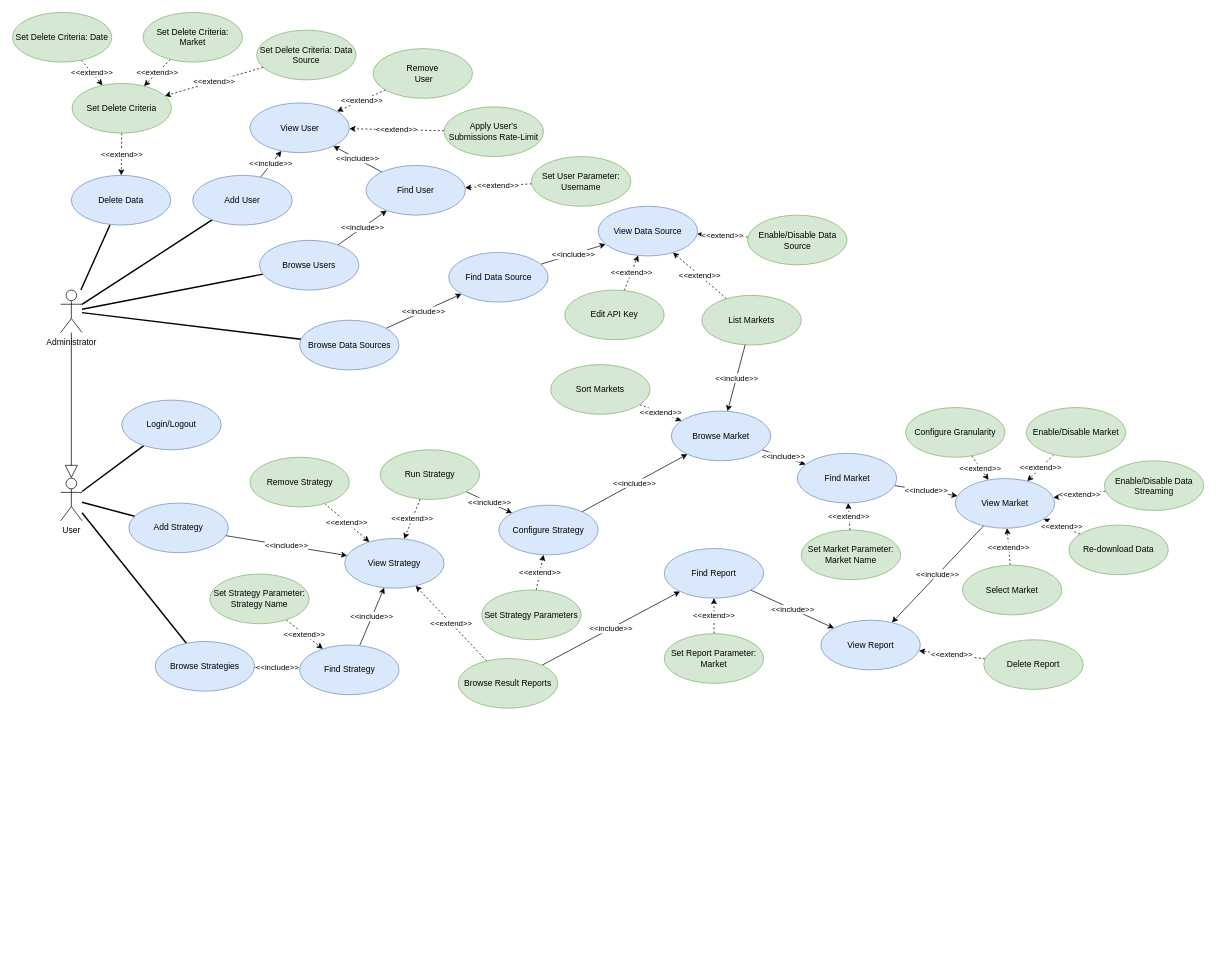
This is drawio/usecases.drawio from nferrante1/lsmsd2, a draw.io file, before an edit. Source tidied: cells renumbered, new cells numbered last; positions are measured from the earlier drawing's top-left corner, leaving out a move shared by most shapes. Both pictures are drawn from the tidied source at 71%, with x=0, y=0 at pixel (12, 12).
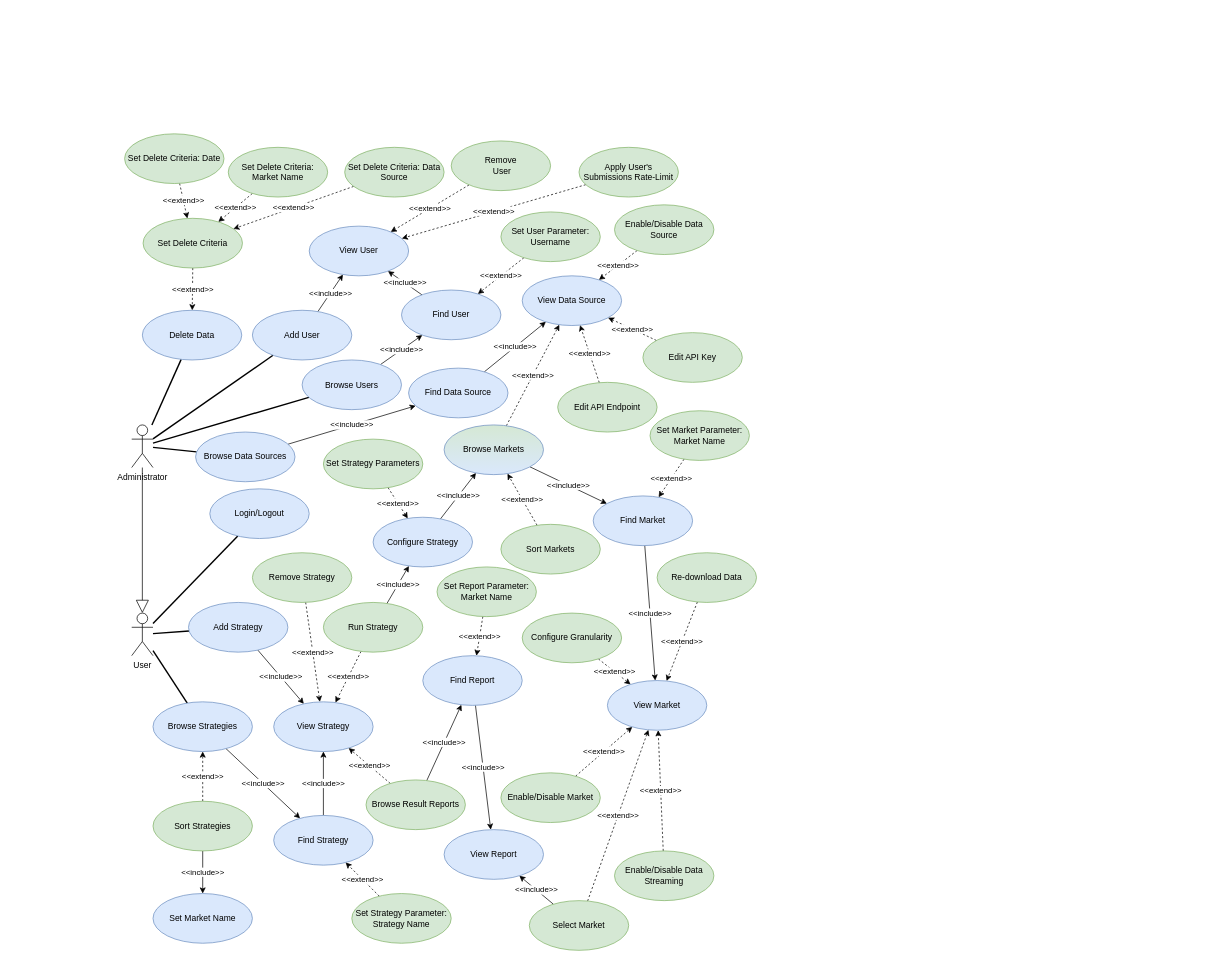
The same diagram, later.

Commit message:
Refactor usecases diagram

Change to the diagram source:
```diff
@@
     <mxCell id="6" value="&lt;div&gt;Administrator&lt;/div&gt;" style="shape=umlActor;verticalLabelPosition=bottom;labelBackgroundColor=#ffffff;verticalAlign=top;html=1;" parent="1" vertex="1">
-      <mxGeometry x="68" y="391" width="30" height="60" as="geometry" />
+      <mxGeometry x="168" y="581" width="30" height="60" as="geometry" />
     </mxCell>
@@
     <mxCell id="8" value="Add User" style="ellipse;whiteSpace=wrap;html=1;fillColor=#dae8fc;strokeColor=#6c8ebf;" parent="1" vertex="1">
-      <mxGeometry x="254" y="229.5" width="140" height="70" as="geometry" />
+      <mxGeometry x="338" y="419.5" width="140" height="70" as="geometry" />
     </mxCell>
@@
     <mxCell id="10" value="&lt;div&gt;Remove&lt;/div&gt;&amp;nbsp;User" style="ellipse;whiteSpace=wrap;html=1;fillColor=#d5e8d4;strokeColor=#82b366;" parent="1" vertex="1">
-      <mxGeometry x="508" y="51" width="140" height="70" as="geometry" />
+      <mxGeometry x="618" y="181" width="140" height="70" as="geometry" />
     </mxCell>
     <mxCell id="11" value="View Data Source" style="ellipse;whiteSpace=wrap;html=1;fillColor=#dae8fc;strokeColor=#6c8ebf;" parent="1" vertex="1">
-      <mxGeometry x="825" y="273" width="140" height="70" as="geometry" />
+      <mxGeometry x="718" y="371" width="140" height="70" as="geometry" />
     </mxCell>
@@
     <mxCell id="13" value="Enable/Disable Data Source" style="ellipse;whiteSpace=wrap;html=1;fillColor=#d5e8d4;strokeColor=#82b366;" parent="1" vertex="1">
-      <mxGeometry x="1035.5" y="285.5" width="140" height="70" as="geometry" />
+      <mxGeometry x="848" y="271" width="140" height="70" as="geometry" />
     </mxCell>
     <mxCell id="14" value="View User" style="ellipse;whiteSpace=wrap;html=1;fillColor=#dae8fc;strokeColor=#6c8ebf;" parent="1" vertex="1">
-      <mxGeometry x="334.5" y="127.5" width="140" height="70" as="geometry" />
+      <mxGeometry x="418" y="301" width="140" height="70" as="geometry" />
     </mxCell>
@@
     <mxCell id="16" value="Browse Users" style="ellipse;whiteSpace=wrap;html=1;fillColor=#dae8fc;strokeColor=#6c8ebf;" parent="1" vertex="1">
-      <mxGeometry x="348" y="321" width="140" height="70" as="geometry" />
+      <mxGeometry x="408" y="489.5" width="140" height="70" as="geometry" />
     </mxCell>
@@
     <mxCell id="18" value="Find User" style="ellipse;whiteSpace=wrap;html=1;fillColor=#dae8fc;strokeColor=#6c8ebf;" parent="1" vertex="1">
-      <mxGeometry x="498" y="215.5" width="140" height="70" as="geometry" />
+      <mxGeometry x="548" y="391" width="140" height="70" as="geometry" />
     </mxCell>
@@
     <mxCell id="20" value="Set User Parameter: Username" style="ellipse;whiteSpace=wrap;html=1;fillColor=#d5e8d4;strokeColor=#82b366;" parent="1" vertex="1">
-      <mxGeometry x="731" y="203" width="140" height="70" as="geometry" />
+      <mxGeometry x="688" y="281" width="140" height="70" as="geometry" />
     </mxCell>
-    <mxCell id="21" value="&amp;lt;&amp;lt;extend&amp;gt;&amp;gt;" style="edgeStyle=none;rounded=0;jettySize=auto;html=1;dashed=1;startArrow=none;startFill=0;" parent="1" edge="1" source="22" target="11">
+    <mxCell id="21" value="&amp;lt;&amp;lt;extend&amp;gt;&amp;gt;" style="edgeStyle=none;rounded=0;jettySize=auto;html=1;dashed=1;startArrow=none;startFill=0;" parent="1" edge="1" source="90" target="11">
       <mxGeometry relative="1" as="geometry" />
     </mxCell>
-    <mxCell id="22" value="List Markets" style="ellipse;whiteSpace=wrap;html=1;fillColor=#d5e8d4;strokeColor=#82b366;" parent="1" vertex="1">
-      <mxGeometry x="971" y="398.5" width="140" height="70" as="geometry" />
-    </mxCell>
@@
     <mxCell id="24" value="Apply User's Submissions Rate-Limit" style="ellipse;whiteSpace=wrap;html=1;fillColor=#d5e8d4;strokeColor=#82b366;" parent="1" vertex="1">
-      <mxGeometry x="608" y="133" width="140" height="70" as="geometry" />
+      <mxGeometry x="798" y="190" width="140" height="70" as="geometry" />
     </mxCell>
     <mxCell id="25" value="Delete Data" style="ellipse;whiteSpace=wrap;html=1;fillColor=#dae8fc;strokeColor=#6c8ebf;" parent="1" vertex="1">
-      <mxGeometry x="83" y="229.5" width="140" height="70" as="geometry" />
+      <mxGeometry x="183" y="419.5" width="140" height="70" as="geometry" />
     </mxCell>
@@
     <mxCell id="27" value="Set Delete Criteria" style="ellipse;whiteSpace=wrap;html=1;fillColor=#d5e8d4;strokeColor=#82b366;" parent="1" vertex="1">
-      <mxGeometry x="84" y="100" width="140" height="70" as="geometry" />
+      <mxGeometry x="184" y="290" width="140" height="70" as="geometry" />
     </mxCell>
@@
     <mxCell id="29" value="Edit API Key" style="ellipse;whiteSpace=wrap;html=1;fillColor=#d5e8d4;strokeColor=#82b366;" parent="1" vertex="1">
-      <mxGeometry x="778" y="391" width="140" height="70" as="geometry" />
+      <mxGeometry x="888" y="451" width="140" height="70" as="geometry" />
     </mxCell>
@@
     <mxCell id="31" value="Browse Data Sources" style="ellipse;whiteSpace=wrap;html=1;fillColor=#dae8fc;strokeColor=#6c8ebf;" parent="1" vertex="1">
-      <mxGeometry x="404.5" y="433.5" width="140" height="70" as="geometry" />
+      <mxGeometry x="258" y="591" width="140" height="70" as="geometry" />
     </mxCell>
@@
     <mxCell id="33" value="Find Data Source" style="ellipse;whiteSpace=wrap;html=1;fillColor=#dae8fc;strokeColor=#6c8ebf;" parent="1" vertex="1">
-      <mxGeometry x="614.5" y="338" width="140" height="70" as="geometry" />
+      <mxGeometry x="558" y="501" width="140" height="70" as="geometry" />
     </mxCell>
@@
     <mxCell id="35" value="Set Delete Criteria: Date" style="ellipse;whiteSpace=wrap;html=1;fillColor=#d5e8d4;strokeColor=#82b366;" parent="1" vertex="1">
-      <mxGeometry width="140" height="70" as="geometry" />
+      <mxGeometry x="158" y="171" width="140" height="70" as="geometry" />
     </mxCell>
@@
-    <mxCell id="37" value="Set Delete Criteria: Market" style="ellipse;whiteSpace=wrap;html=1;fillColor=#d5e8d4;strokeColor=#82b366;" parent="1" vertex="1">
-      <mxGeometry x="184" width="140" height="70" as="geometry" />
+    <mxCell id="37" value="Set Delete Criteria: Market Name" style="ellipse;whiteSpace=wrap;html=1;fillColor=#d5e8d4;strokeColor=#82b366;" parent="1" vertex="1">
+      <mxGeometry x="304" y="190" width="140" height="70" as="geometry" />
     </mxCell>
@@
     <mxCell id="39" value="Set Delete Criteria: Data Source" style="ellipse;whiteSpace=wrap;html=1;fillColor=#d5e8d4;strokeColor=#82b366;" parent="1" vertex="1">
-      <mxGeometry x="344" y="25" width="140" height="70" as="geometry" />
+      <mxGeometry x="468" y="190" width="140" height="70" as="geometry" />
     </mxCell>
@@
     <mxCell id="41" value="Configure Granularity" style="ellipse;whiteSpace=wrap;html=1;fillColor=#d5e8d4;strokeColor=#82b366;" parent="1" vertex="1">
-      <mxGeometry x="1258" y="556.5" width="140" height="70" as="geometry" />
+      <mxGeometry x="718" y="846" width="140" height="70" as="geometry" />
     </mxCell>
@@
     <mxCell id="44" value="Enable/Disable Market" style="ellipse;whiteSpace=wrap;html=1;fillColor=#d5e8d4;strokeColor=#82b366;" parent="1" vertex="1">
-      <mxGeometry x="1428" y="556.5" width="140" height="70" as="geometry" />
+      <mxGeometry x="688" y="1071" width="140" height="70" as="geometry" />
     </mxCell>
@@
     <mxCell id="46" value="Enable/Disable Data Streaming" style="ellipse;whiteSpace=wrap;html=1;fillColor=#d5e8d4;strokeColor=#82b366;" parent="1" vertex="1">
-      <mxGeometry x="1538" y="631.5" width="140" height="70" as="geometry" />
+      <mxGeometry x="848" y="1181" width="140" height="70" as="geometry" />
     </mxCell>
@@
     <mxCell id="48" value="Re-download Data" style="ellipse;whiteSpace=wrap;html=1;fillColor=#d5e8d4;strokeColor=#82b366;" parent="1" vertex="1">
-      <mxGeometry x="1488" y="722" width="140" height="70" as="geometry" />
+      <mxGeometry x="908" y="761" width="140" height="70" as="geometry" />
     </mxCell>
@@
     <mxCell id="50" value="Find Market" style="ellipse;whiteSpace=wrap;html=1;fillColor=#dae8fc;strokeColor=#6c8ebf;" parent="1" vertex="1">
-      <mxGeometry x="1105.5" y="621" width="140" height="70" as="geometry" />
+      <mxGeometry x="818" y="681" width="140" height="70" as="geometry" />
     </mxCell>
@@
     <mxCell id="52" value="Set Market Parameter: Market Name" style="ellipse;whiteSpace=wrap;html=1;fillColor=#d5e8d4;strokeColor=#82b366;" parent="1" vertex="1">
-      <mxGeometry x="1111" y="729" width="140" height="70" as="geometry" />
+      <mxGeometry x="898" y="561" width="140" height="70" as="geometry" />
     </mxCell>
     <mxCell id="53" value="View Market" style="ellipse;whiteSpace=wrap;html=1;fillColor=#dae8fc;strokeColor=#6c8ebf;" parent="1" vertex="1">
-      <mxGeometry x="1328" y="656.5" width="140" height="70" as="geometry" />
+      <mxGeometry x="838" y="941" width="140" height="70" as="geometry" />
     </mxCell>
@@
     <mxCell id="57" value="&lt;div&gt;User&lt;/div&gt;" style="shape=umlActor;verticalLabelPosition=bottom;labelBackgroundColor=#ffffff;verticalAlign=top;html=1;" parent="1" vertex="1">
-      <mxGeometry x="68" y="656" width="30" height="60" as="geometry" />
+      <mxGeometry x="168" y="846" width="30" height="60" as="geometry" />
     </mxCell>
     <mxCell id="58" value="Login/Logout" style="ellipse;whiteSpace=wrap;html=1;fillColor=#dae8fc;strokeColor=#6c8ebf;" parent="1" vertex="1">
-      <mxGeometry x="154" y="546" width="140" height="70" as="geometry" />
+      <mxGeometry x="278" y="671" width="140" height="70" as="geometry" />
     </mxCell>
@@
     <mxCell id="60" value="Add Strategy" style="ellipse;whiteSpace=wrap;html=1;fillColor=#dae8fc;strokeColor=#6c8ebf;" parent="1" vertex="1">
-      <mxGeometry x="164" y="691" width="140" height="70" as="geometry" />
+      <mxGeometry x="248" y="831" width="140" height="70" as="geometry" />
     </mxCell>
     <mxCell id="61" value="View Strategy" style="ellipse;whiteSpace=wrap;html=1;fillColor=#dae8fc;strokeColor=#6c8ebf;" parent="1" vertex="1">
-      <mxGeometry x="468" y="741" width="140" height="70" as="geometry" />
+      <mxGeometry x="368" y="971" width="140" height="70" as="geometry" />
     </mxCell>
@@
     <mxCell id="63" value="Browse Strategies" style="ellipse;whiteSpace=wrap;html=1;fillColor=#dae8fc;strokeColor=#6c8ebf;" parent="1" vertex="1">
-      <mxGeometry x="201" y="886" width="140" height="70" as="geometry" />
+      <mxGeometry x="198" y="971" width="140" height="70" as="geometry" />
     </mxCell>
@@
     <mxCell id="65" value="Find Strategy" style="ellipse;whiteSpace=wrap;html=1;fillColor=#dae8fc;strokeColor=#6c8ebf;" parent="1" vertex="1">
-      <mxGeometry x="404.5" y="891" width="140" height="70" as="geometry" />
+      <mxGeometry x="368" y="1131" width="140" height="70" as="geometry" />
     </mxCell>
@@
     <mxCell id="67" value="Set Strategy Parameter: Strategy Name" style="ellipse;whiteSpace=wrap;html=1;fillColor=#d5e8d4;strokeColor=#82b366;" parent="1" vertex="1">
-      <mxGeometry x="278" y="791" width="140" height="70" as="geometry" />
+      <mxGeometry x="478" y="1241" width="140" height="70" as="geometry" />
     </mxCell>
@@
     <mxCell id="70" value="Run Strategy" style="ellipse;whiteSpace=wrap;html=1;fillColor=#d5e8d4;strokeColor=#82b366;" parent="1" vertex="1">
-      <mxGeometry x="518" y="616" width="140" height="70" as="geometry" />
+      <mxGeometry x="438" y="831" width="140" height="70" as="geometry" />
     </mxCell>
@@
     <mxCell id="73" value="Browse Result Reports" style="ellipse;whiteSpace=wrap;html=1;fillColor=#d5e8d4;strokeColor=#82b366;" parent="1" vertex="1">
-      <mxGeometry x="628" y="910" width="140" height="70" as="geometry" />
+      <mxGeometry x="498" y="1081" width="140" height="70" as="geometry" />
     </mxCell>
@@
     <mxCell id="75" value="Configure Strategy" style="ellipse;whiteSpace=wrap;html=1;fillColor=#dae8fc;strokeColor=#6c8ebf;" parent="1" vertex="1">
-      <mxGeometry x="685" y="694" width="140" height="70" as="geometry" />
+      <mxGeometry x="508" y="711" width="140" height="70" as="geometry" />
     </mxCell>
@@
     <mxCell id="77" value="Set Strategy Parameters" style="ellipse;whiteSpace=wrap;html=1;fillColor=#d5e8d4;strokeColor=#82b366;" parent="1" vertex="1">
-      <mxGeometry x="661" y="813.5" width="140" height="70" as="geometry" />
+      <mxGeometry x="438" y="601" width="140" height="70" as="geometry" />
     </mxCell>
@@
     <mxCell id="79" value="Sort Markets" style="ellipse;whiteSpace=wrap;html=1;fillColor=#d5e8d4;strokeColor=#82b366;" parent="1" vertex="1">
-      <mxGeometry x="758.1" y="496" width="140" height="70" as="geometry" />
+      <mxGeometry x="688" y="721" width="140" height="70" as="geometry" />
     </mxCell>
@@
     <mxCell id="81" value="Remove Strategy" style="ellipse;whiteSpace=wrap;html=1;fillColor=#d5e8d4;strokeColor=#82b366;" parent="1" vertex="1">
-      <mxGeometry x="334.5" y="626.5" width="140" height="70" as="geometry" />
+      <mxGeometry x="338" y="761" width="140" height="70" as="geometry" />
     </mxCell>
-    <mxCell id="82" value="&amp;lt;&amp;lt;include&amp;gt;&amp;gt;" style="edgeStyle=none;rounded=0;jettySize=auto;html=1;" parent="1" edge="1" source="53" target="85">
+    <mxCell id="82" value="&amp;lt;&amp;lt;include&amp;gt;&amp;gt;" style="edgeStyle=none;rounded=0;jettySize=auto;html=1;" parent="1" edge="1" source="93" target="85">
       <mxGeometry relative="1" as="geometry" />
     </mxCell>
@@
     <mxCell id="84" value="Find Report" style="ellipse;whiteSpace=wrap;html=1;fillColor=#dae8fc;strokeColor=#6c8ebf;" parent="1" vertex="1">
-      <mxGeometry x="918.1" y="755" width="140" height="70" as="geometry" />
+      <mxGeometry x="578" y="906" width="140" height="70" as="geometry" />
     </mxCell>
     <mxCell id="85" value="View Report" style="ellipse;whiteSpace=wrap;html=1;fillColor=#dae8fc;strokeColor=#6c8ebf;" parent="1" vertex="1">
-      <mxGeometry x="1138.7" y="856" width="140" height="70" as="geometry" />
+      <mxGeometry x="608" y="1151" width="140" height="70" as="geometry" />
     </mxCell>
-    <mxCell id="86" value="&amp;lt;&amp;lt;extend&amp;gt;&amp;gt;" style="edgeStyle=none;rounded=0;jettySize=auto;html=1;dashed=1;" parent="1" edge="1" source="87" target="85">
-      <mxGeometry relative="1" as="geometry" />
-    </mxCell>
-    <mxCell id="87" value="Delete Report" style="ellipse;whiteSpace=wrap;html=1;fillColor=#d5e8d4;strokeColor=#82b366;" parent="1" vertex="1">
-      <mxGeometry x="1368.1" y="883.5" width="140" height="70" as="geometry" />
-    </mxCell>
@@
-    <mxCell id="89" value="Set Report Parameter: Market" style="ellipse;whiteSpace=wrap;html=1;fillColor=#d5e8d4;strokeColor=#82b366;" parent="1" vertex="1">
-      <mxGeometry x="918.1" y="875" width="140" height="70" as="geometry" />
+    <mxCell id="89" value="Set Report Parameter: Market Name" style="ellipse;whiteSpace=wrap;html=1;fillColor=#d5e8d4;strokeColor=#82b366;" parent="1" vertex="1">
+      <mxGeometry x="598" y="781" width="140" height="70" as="geometry" />
     </mxCell>
-    <mxCell id="90" value="Browse Market" style="ellipse;whiteSpace=wrap;html=1;fillColor=#dae8fc;strokeColor=#6c8ebf;" parent="1" vertex="1">
-      <mxGeometry x="928" y="561.5" width="140" height="70" as="geometry" />
+    <mxCell id="90" value="Browse Markets" style="ellipse;whiteSpace=wrap;html=1;fillColor=#dae8fc;strokeColor=#6c8ebf;gradientDirection=north;gradientColor=#D5E8D4;" parent="1" vertex="1">
+      <mxGeometry x="608" y="581" width="140" height="70" as="geometry" />
     </mxCell>
-    <mxCell id="91" value="&amp;lt;&amp;lt;include&amp;gt;&amp;gt;" style="edgeStyle=none;rounded=0;jettySize=auto;html=1;endArrow=classic;endFill=1;" parent="1" edge="1" source="22" target="90">
-      <mxGeometry relative="1" as="geometry" />
-    </mxCell>
@@
     <mxCell id="93" value="Select Market" style="ellipse;whiteSpace=wrap;html=1;fillColor=#d5e8d4;strokeColor=#82b366;" parent="1" vertex="1">
-      <mxGeometry x="1338.1" y="778.5" width="140" height="70" as="geometry" />
+      <mxGeometry x="728" y="1251" width="140" height="70" as="geometry" />
     </mxCell>
@@
+    <mxCell id="95" value="&amp;lt;&amp;lt;extend&amp;gt;&amp;gt;" style="rounded=0;jettySize=auto;html=1;dashed=1;" parent="1" edge="1" source="96" target="11">
+      <mxGeometry relative="1" as="geometry" />
+    </mxCell>
+    <mxCell id="96" value="Edit API Endpoint" style="ellipse;whiteSpace=wrap;html=1;fillColor=#d5e8d4;strokeColor=#82b366;" parent="1" vertex="1">
+      <mxGeometry x="768" y="521" width="140" height="70" as="geometry" />
+    </mxCell>
+    <mxCell id="91" value="&amp;lt;&amp;lt;include&amp;gt;&amp;gt;" style="edgeStyle=none;rounded=0;jettySize=auto;html=1;" parent="1" edge="1" source="97" target="98">
+      <mxGeometry relative="1" as="geometry" />
+    </mxCell>
+    <mxCell id="86" value="&amp;lt;&amp;lt;extend&amp;gt;&amp;gt;" style="edgeStyle=none;rounded=0;jettySize=auto;html=1;dashed=1;" parent="1" edge="1" source="97" target="63">
+      <mxGeometry relative="1" as="geometry" />
+    </mxCell>
+    <mxCell id="97" value="Sort Strategies" style="ellipse;whiteSpace=wrap;html=1;fillColor=#d5e8d4;strokeColor=#82b366;" parent="1" vertex="1">
+      <mxGeometry x="198" y="1111" width="140" height="70" as="geometry" />
+    </mxCell>
+    <mxCell id="98" value="Set Market Name" style="ellipse;whiteSpace=wrap;html=1;fillColor=#dae8fc;strokeColor=#6c8ebf;" parent="1" vertex="1">
+      <mxGeometry x="198" y="1241" width="140" height="70" as="geometry" />
+    </mxCell>
```
